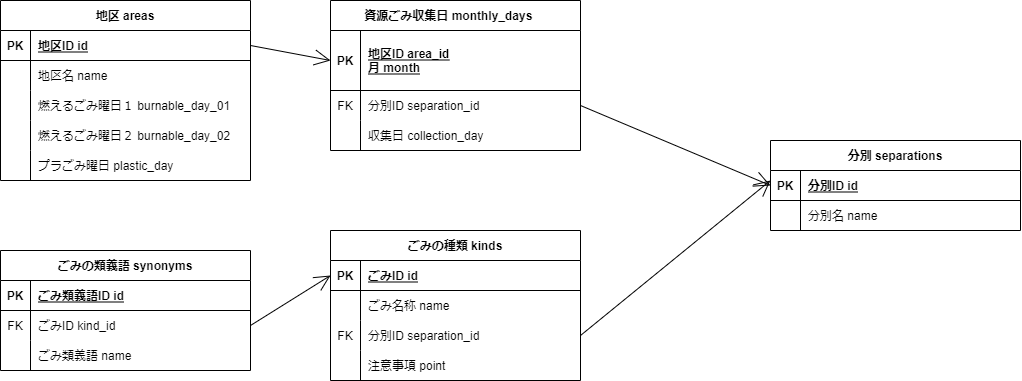
nkc-ug/ujiyamada_project_2022 keeps this draw.io diagram as ERD.png. Above is the earlier version. Source tidied: cells renumbered, new cells last; positions are measured from the earlier drawing's top-left corner, leaving out a move shared by most shapes. Its diagram source:
```xml
<mxGraphModel>
  <root>
    <mxCell id="0" />
    <mxCell id="1" parent="0" />
    <mxCell id="2" value="ごみの類義語 synonyms" style="shape=table;startSize=30;rowLines=0;fontStyle=1;align=center;" parent="1" vertex="1">
      <mxGeometry y="250" width="250" height="120" as="geometry" />
    </mxCell>
    <mxCell id="3" style="shape=partialRectangle;fillColor=none;top=0;left=0;right=0;bottom=1;" parent="2" vertex="1">
      <mxGeometry y="30" width="250" height="30" as="geometry" />
    </mxCell>
    <mxCell id="4" value="PK" style="shape=partialRectangle;overflow=hidden;fillColor=none;top=0;left=0;bottom=0;right=0;fontStyle=1;" parent="3" vertex="1">
      <mxGeometry width="30" height="30" as="geometry" />
    </mxCell>
    <mxCell id="5" value="ごみ類義語ID id" style="shape=partialRectangle;overflow=hidden;fillColor=none;top=0;left=0;bottom=0;right=0;align=left;spacingLeft=6;fontStyle=5;" parent="3" vertex="1">
      <mxGeometry x="30" width="220" height="30" as="geometry" />
    </mxCell>
    <mxCell id="6" style="shape=partialRectangle;fillColor=none;points=[[0,0.5],[1,0.5]];portConstraint=eastwest;top=0;left=0;right=0;bottom=0;" parent="2" vertex="1">
      <mxGeometry y="60" width="250" height="30" as="geometry" />
    </mxCell>
    <mxCell id="7" value="FK" style="shape=partialRectangle;overflow=hidden;fillColor=none;top=0;left=0;bottom=0;right=0;" parent="6" vertex="1">
      <mxGeometry width="30" height="30" as="geometry" />
    </mxCell>
    <mxCell id="8" value="ごみID kind_id" style="shape=partialRectangle;overflow=hidden;fillColor=none;top=0;left=0;bottom=0;right=0;align=left;spacingLeft=6;" parent="6" vertex="1">
      <mxGeometry x="30" width="220" height="30" as="geometry" />
    </mxCell>
    <mxCell id="9" style="shape=partialRectangle;fillColor=none;top=0;left=0;right=0;bottom=0;" parent="2" vertex="1">
      <mxGeometry y="90" width="250" height="30" as="geometry" />
    </mxCell>
    <mxCell id="10" style="shape=partialRectangle;overflow=hidden;fillColor=none;top=0;left=0;bottom=0;right=0;" parent="9" vertex="1">
      <mxGeometry width="30" height="30" as="geometry" />
    </mxCell>
    <mxCell id="11" value="ごみ類義語 name" style="shape=partialRectangle;overflow=hidden;fillColor=none;top=0;left=0;bottom=0;right=0;align=left;spacingLeft=6;" parent="9" vertex="1">
      <mxGeometry x="30" width="220" height="30" as="geometry" />
    </mxCell>
    <mxCell id="12" value="地区 areas" style="shape=table;startSize=30;rowLines=0;fontStyle=1;align=center;" parent="1" vertex="1">
      <mxGeometry width="250" height="180" as="geometry" />
    </mxCell>
    <mxCell id="13" style="shape=partialRectangle;fillColor=none;points=[[0,0.5],[1,0.5]];portConstraint=eastwest;top=0;left=0;right=0;bottom=1;" parent="12" vertex="1">
      <mxGeometry y="30" width="250" height="30" as="geometry" />
    </mxCell>
    <mxCell id="14" value="PK" style="shape=partialRectangle;overflow=hidden;fillColor=none;top=0;left=0;bottom=0;right=0;fontStyle=1;" parent="13" vertex="1">
      <mxGeometry width="30" height="30" as="geometry" />
    </mxCell>
    <mxCell id="15" value="地区ID id" style="shape=partialRectangle;overflow=hidden;fillColor=none;top=0;left=0;bottom=0;right=0;align=left;spacingLeft=6;fontStyle=5;" parent="13" vertex="1">
      <mxGeometry x="30" width="220" height="30" as="geometry" />
    </mxCell>
    <mxCell id="16" style="shape=partialRectangle;fillColor=none;top=0;left=0;right=0;bottom=0;" parent="12" vertex="1">
      <mxGeometry y="60" width="250" height="30" as="geometry" />
    </mxCell>
    <mxCell id="17" style="shape=partialRectangle;overflow=hidden;fillColor=none;top=0;left=0;bottom=0;right=0;" parent="16" vertex="1">
      <mxGeometry width="30" height="30" as="geometry" />
    </mxCell>
    <mxCell id="18" value="地区名 name" style="shape=partialRectangle;overflow=hidden;fillColor=none;top=0;left=0;bottom=0;right=0;align=left;spacingLeft=6;" parent="16" vertex="1">
      <mxGeometry x="30" width="220" height="30" as="geometry" />
    </mxCell>
    <mxCell id="19" style="shape=partialRectangle;fillColor=none;top=0;left=0;right=0;bottom=0;" parent="12" vertex="1">
      <mxGeometry y="90" width="250" height="30" as="geometry" />
    </mxCell>
    <mxCell id="20" style="shape=partialRectangle;overflow=hidden;fillColor=none;top=0;left=0;bottom=0;right=0;" parent="19" vertex="1">
      <mxGeometry width="30" height="30" as="geometry" />
    </mxCell>
    <mxCell id="21" value="燃えるごみ曜日１ burnable_day_01" style="shape=partialRectangle;overflow=hidden;fillColor=none;top=0;left=0;bottom=0;right=0;align=left;spacingLeft=6;" parent="19" vertex="1">
      <mxGeometry x="30" width="220" height="30" as="geometry" />
    </mxCell>
    <mxCell id="22" style="shape=partialRectangle;fillColor=none;top=0;left=0;right=0;bottom=0;" parent="12" vertex="1">
      <mxGeometry y="120" width="250" height="30" as="geometry" />
    </mxCell>
    <mxCell id="23" style="shape=partialRectangle;overflow=hidden;fillColor=none;top=0;left=0;bottom=0;right=0;" parent="22" vertex="1">
      <mxGeometry width="30" height="30" as="geometry" />
    </mxCell>
    <mxCell id="24" value="燃えるごみ曜日２ burnable_day_02" style="shape=partialRectangle;overflow=hidden;fillColor=none;top=0;left=0;bottom=0;right=0;align=left;spacingLeft=6;" parent="22" vertex="1">
      <mxGeometry x="30" width="220" height="30" as="geometry" />
    </mxCell>
    <mxCell id="25" style="shape=partialRectangle;fillColor=none;top=0;left=0;right=0;bottom=0;" parent="12" vertex="1">
      <mxGeometry y="150" width="250" height="30" as="geometry" />
    </mxCell>
    <mxCell id="26" style="shape=partialRectangle;overflow=hidden;fillColor=none;top=0;left=0;bottom=0;right=0;" parent="25" vertex="1">
      <mxGeometry width="30" height="30" as="geometry" />
    </mxCell>
    <mxCell id="27" value="プラごみ曜日 plastic_day" style="shape=partialRectangle;overflow=hidden;fillColor=none;top=0;left=0;bottom=0;right=0;align=left;spacingLeft=6;" parent="25" vertex="1">
      <mxGeometry x="30" width="220" height="30" as="geometry" />
    </mxCell>
    <mxCell id="28" value="ごみの種類 kinds" style="shape=table;startSize=30;rowLines=0;fontStyle=1;align=center;" parent="1" vertex="1">
      <mxGeometry x="330" y="230" width="250" height="150" as="geometry" />
    </mxCell>
    <mxCell id="29" style="shape=partialRectangle;fillColor=none;points=[[0,0.5],[1,0.5]];portConstraint=eastwest;top=0;left=0;right=0;bottom=1;" parent="28" vertex="1">
      <mxGeometry y="30" width="250" height="30" as="geometry" />
    </mxCell>
    <mxCell id="30" value="PK" style="shape=partialRectangle;overflow=hidden;fillColor=none;top=0;left=0;bottom=0;right=0;fontStyle=1;" parent="29" vertex="1">
      <mxGeometry width="30" height="30" as="geometry" />
    </mxCell>
    <mxCell id="31" value="ごみID id" style="shape=partialRectangle;overflow=hidden;fillColor=none;top=0;left=0;bottom=0;right=0;align=left;spacingLeft=6;fontStyle=5;" parent="29" vertex="1">
      <mxGeometry x="30" width="220" height="30" as="geometry" />
    </mxCell>
    <mxCell id="32" style="shape=partialRectangle;fillColor=none;top=0;left=0;right=0;bottom=0;" parent="28" vertex="1">
      <mxGeometry y="60" width="250" height="30" as="geometry" />
    </mxCell>
    <mxCell id="33" style="shape=partialRectangle;overflow=hidden;fillColor=none;top=0;left=0;bottom=0;right=0;" parent="32" vertex="1">
      <mxGeometry width="30" height="30" as="geometry" />
    </mxCell>
    <mxCell id="34" value="ごみ名称 name" style="shape=partialRectangle;overflow=hidden;fillColor=none;top=0;left=0;bottom=0;right=0;align=left;spacingLeft=6;" parent="32" vertex="1">
      <mxGeometry x="30" width="220" height="30" as="geometry" />
    </mxCell>
    <mxCell id="35" style="shape=partialRectangle;fillColor=none;points=[[0,0.5],[1,0.5]];portConstraint=eastwest;top=0;left=0;right=0;bottom=0;" parent="28" vertex="1">
      <mxGeometry y="90" width="250" height="30" as="geometry" />
    </mxCell>
    <mxCell id="36" value="FK" style="shape=partialRectangle;overflow=hidden;fillColor=none;top=0;left=0;bottom=0;right=0;" parent="35" vertex="1">
      <mxGeometry width="30" height="30" as="geometry" />
    </mxCell>
    <mxCell id="37" value="分別ID separation_id" style="shape=partialRectangle;overflow=hidden;fillColor=none;top=0;left=0;bottom=0;right=0;align=left;spacingLeft=6;" parent="35" vertex="1">
      <mxGeometry x="30" width="220" height="30" as="geometry" />
    </mxCell>
    <mxCell id="38" style="shape=partialRectangle;fillColor=none;top=0;left=0;right=0;bottom=0;" parent="28" vertex="1">
      <mxGeometry y="120" width="250" height="30" as="geometry" />
    </mxCell>
    <mxCell id="39" style="shape=partialRectangle;overflow=hidden;fillColor=none;top=0;left=0;bottom=0;right=0;" parent="38" vertex="1">
      <mxGeometry width="30" height="30" as="geometry" />
    </mxCell>
    <mxCell id="40" value="注意事項 point" style="shape=partialRectangle;overflow=hidden;fillColor=none;top=0;left=0;bottom=0;right=0;align=left;spacingLeft=6;" parent="38" vertex="1">
      <mxGeometry x="30" width="220" height="30" as="geometry" />
    </mxCell>
    <mxCell id="41" value="分別 separations" style="shape=table;startSize=30;rowLines=0;fontStyle=1;align=center;" parent="1" vertex="1">
      <mxGeometry x="770" y="140" width="250" height="90" as="geometry" />
    </mxCell>
    <mxCell id="42" style="shape=partialRectangle;fillColor=none;points=[[0,0.5],[1,0.5]];portConstraint=eastwest;top=0;left=0;right=0;bottom=1;" parent="41" vertex="1">
      <mxGeometry y="30" width="250" height="30" as="geometry" />
    </mxCell>
    <mxCell id="43" value="PK" style="shape=partialRectangle;overflow=hidden;fillColor=none;top=0;left=0;bottom=0;right=0;fontStyle=1;" parent="42" vertex="1">
      <mxGeometry width="30" height="30" as="geometry" />
    </mxCell>
    <mxCell id="44" value="分別ID id" style="shape=partialRectangle;overflow=hidden;fillColor=none;top=0;left=0;bottom=0;right=0;align=left;spacingLeft=6;fontStyle=5;" parent="42" vertex="1">
      <mxGeometry x="30" width="220" height="30" as="geometry" />
    </mxCell>
    <mxCell id="45" style="shape=partialRectangle;fillColor=none;top=0;left=0;right=0;bottom=0;" parent="41" vertex="1">
      <mxGeometry y="60" width="250" height="30" as="geometry" />
    </mxCell>
    <mxCell id="46" style="shape=partialRectangle;overflow=hidden;fillColor=none;top=0;left=0;bottom=0;right=0;" parent="45" vertex="1">
      <mxGeometry width="30" height="30" as="geometry" />
    </mxCell>
    <mxCell id="47" value="分別名 name" style="shape=partialRectangle;overflow=hidden;fillColor=none;top=0;left=0;bottom=0;right=0;align=left;spacingLeft=6;" parent="45" vertex="1">
      <mxGeometry x="30" width="220" height="30" as="geometry" />
    </mxCell>
    <mxCell id="48" value="資源ごみ収集日 monthly_days    " style="shape=table;startSize=30;rowLines=0;fontStyle=1;align=center;" parent="1" vertex="1">
      <mxGeometry x="330" width="250" height="150" as="geometry" />
    </mxCell>
    <mxCell id="49" style="shape=partialRectangle;fillColor=none;points=[[0,0.5],[1,0.5]];portConstraint=eastwest;top=0;left=0;right=0;bottom=1;" parent="48" vertex="1">
      <mxGeometry y="30" width="250" height="60" as="geometry" />
    </mxCell>
    <mxCell id="50" value="PK" style="shape=partialRectangle;overflow=hidden;fillColor=none;top=0;left=0;bottom=0;right=0;fontStyle=1;" parent="49" vertex="1">
      <mxGeometry width="30" height="60" as="geometry" />
    </mxCell>
    <mxCell id="51" value="地区ID area_id&#10;月 month" style="shape=partialRectangle;overflow=hidden;fillColor=none;top=0;left=0;bottom=0;right=0;align=left;spacingLeft=6;fontStyle=5;" parent="49" vertex="1">
      <mxGeometry x="30" width="220" height="60" as="geometry" />
    </mxCell>
    <mxCell id="52" style="shape=partialRectangle;fillColor=none;points=[[0,0.5],[1,0.5]];portConstraint=eastwest;top=0;left=0;right=0;bottom=0;" parent="48" vertex="1">
      <mxGeometry y="90" width="250" height="30" as="geometry" />
    </mxCell>
    <mxCell id="53" value="FK" style="shape=partialRectangle;overflow=hidden;fillColor=none;top=0;left=0;bottom=0;right=0;" parent="52" vertex="1">
      <mxGeometry width="30" height="30" as="geometry" />
    </mxCell>
    <mxCell id="54" value="分別ID separation_id" style="shape=partialRectangle;overflow=hidden;fillColor=none;top=0;left=0;bottom=0;right=0;align=left;spacingLeft=6;" parent="52" vertex="1">
      <mxGeometry x="30" width="220" height="30" as="geometry" />
    </mxCell>
    <mxCell id="55" style="shape=partialRectangle;fillColor=none;top=0;left=0;right=0;bottom=0;" parent="48" vertex="1">
      <mxGeometry y="120" width="250" height="30" as="geometry" />
    </mxCell>
    <mxCell id="56" style="shape=partialRectangle;overflow=hidden;fillColor=none;top=0;left=0;bottom=0;right=0;" parent="55" vertex="1">
      <mxGeometry width="30" height="30" as="geometry" />
    </mxCell>
    <mxCell id="57" value="収集日 collection_day" style="shape=partialRectangle;overflow=hidden;fillColor=none;top=0;left=0;bottom=0;right=0;align=left;spacingLeft=6;" parent="55" vertex="1">
      <mxGeometry x="30" width="220" height="30" as="geometry" />
    </mxCell>
    <mxCell id="58" style="edgeStyle=none;jettySize=auto;html=1;rounded=0;endArrow=open;startSize=14;endSize=14;sourcePerimeterSpacing=8;targetPerimeterSpacing=8;curved=1;exitX=1;exitY=0.5;exitDx=0;exitDy=0;entryX=0;entryY=0.5;entryDx=0;entryDy=0;" parent="1" edge="1" source="52" target="42">
      <mxGeometry relative="1" as="geometry" />
    </mxCell>
    <mxCell id="59" style="edgeStyle=none;jettySize=auto;html=1;rounded=0;endArrow=open;startSize=14;endSize=14;sourcePerimeterSpacing=8;targetPerimeterSpacing=8;curved=1;exitX=1;exitY=0.5;exitDx=0;exitDy=0;entryX=0;entryY=0.5;entryDx=0;entryDy=0;" parent="1" edge="1" source="13" target="49">
      <mxGeometry relative="1" as="geometry" />
    </mxCell>
    <mxCell id="60" style="edgeStyle=none;jettySize=auto;html=1;rounded=0;endArrow=open;startSize=14;endSize=14;sourcePerimeterSpacing=8;targetPerimeterSpacing=8;curved=1;exitX=1;exitY=0.5;exitDx=0;exitDy=0;" parent="1" edge="1" source="35">
      <mxGeometry relative="1" as="geometry">
        <mxPoint x="770" y="180" as="targetPoint" />
      </mxGeometry>
    </mxCell>
    <mxCell id="61" style="edgeStyle=none;jettySize=auto;html=1;rounded=0;endArrow=open;startSize=14;endSize=14;sourcePerimeterSpacing=8;targetPerimeterSpacing=8;curved=1;exitX=1;exitY=0.5;exitDx=0;exitDy=0;entryX=0;entryY=0.5;entryDx=0;entryDy=0;" parent="1" edge="1" source="6" target="29">
      <mxGeometry relative="1" as="geometry" />
    </mxCell>
  </root>
</mxGraphModel>
```
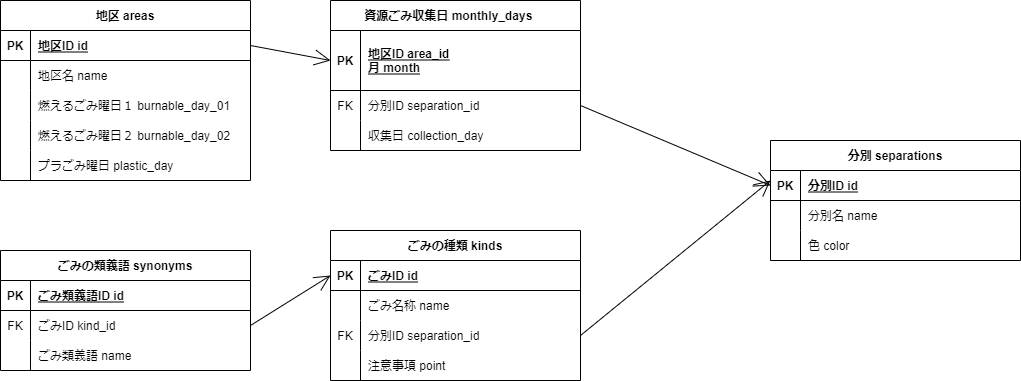
Later version of the same file.

What changed in the source:
```diff
@@ -120,7 +120,7 @@
       <mxGeometry x="30" width="220" height="30" as="geometry" />
     </mxCell>
     <mxCell id="41" value="分別 separations" style="shape=table;startSize=30;rowLines=0;fontStyle=1;align=center;" parent="1" vertex="1">
-      <mxGeometry x="770" y="140" width="250" height="90" as="geometry" />
+      <mxGeometry x="770" y="140" width="250" height="120" as="geometry" />
     </mxCell>
     <mxCell id="42" style="shape=partialRectangle;fillColor=none;points=[[0,0.5],[1,0.5]];portConstraint=eastwest;top=0;left=0;right=0;bottom=1;" parent="41" vertex="1">
       <mxGeometry y="30" width="250" height="30" as="geometry" />
@@ -140,6 +140,15 @@
     <mxCell id="47" value="分別名 name" style="shape=partialRectangle;overflow=hidden;fillColor=none;top=0;left=0;bottom=0;right=0;align=left;spacingLeft=6;" parent="45" vertex="1">
       <mxGeometry x="30" width="220" height="30" as="geometry" />
     </mxCell>
+    <mxCell id="62" style="shape=partialRectangle;fillColor=none;top=0;left=0;right=0;bottom=0;" parent="41" vertex="1">
+      <mxGeometry y="90" width="250" height="30" as="geometry" />
+    </mxCell>
+    <mxCell id="63" style="shape=partialRectangle;overflow=hidden;fillColor=none;top=0;left=0;bottom=0;right=0;" parent="62" vertex="1">
+      <mxGeometry width="30" height="30" as="geometry" />
+    </mxCell>
+    <mxCell id="64" value="色 color" style="shape=partialRectangle;overflow=hidden;fillColor=none;top=0;left=0;bottom=0;right=0;align=left;spacingLeft=6;" parent="62" vertex="1">
+      <mxGeometry x="30" width="220" height="30" as="geometry" />
+    </mxCell>
     <mxCell id="48" value="資源ごみ収集日 monthly_days    " style="shape=table;startSize=30;rowLines=0;fontStyle=1;align=center;" parent="1" vertex="1">
       <mxGeometry x="330" width="250" height="150" as="geometry" />
     </mxCell>
```
